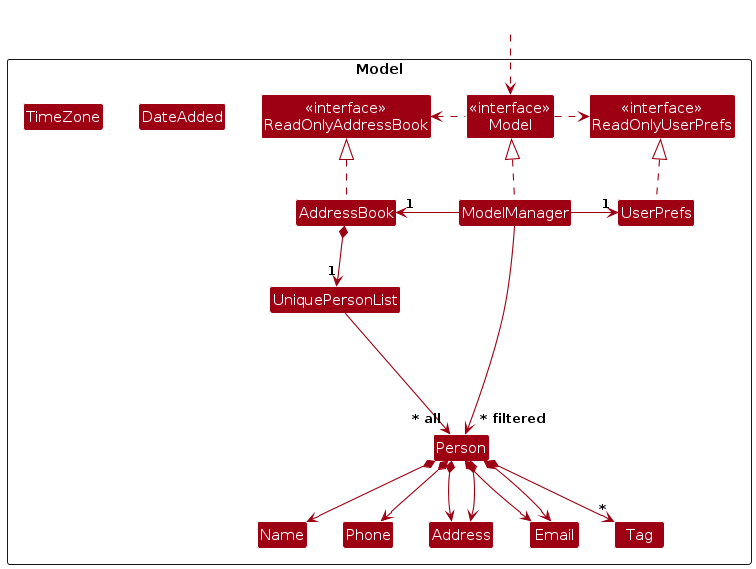
This is diagrams/ModelClassDiagram.png from x3zapper/tp, a PlantUML export, as it was before one commit. Its source is kept beside it as diagrams/ModelClassDiagram.puml. Its diagram source:
```plantuml
@startuml
!include style.puml
skinparam arrowThickness 1.1
skinparam arrowColor MODEL_COLOR
skinparam classBackgroundColor MODEL_COLOR

Package Model as ModelPackage <<Rectangle>>{
Class "<<interface>>\nReadOnlyAddressBook" as ReadOnlyAddressBook
Class "<<interface>>\nReadOnlyUserPrefs" as ReadOnlyUserPrefs
Class "<<interface>>\nModel" as Model
Class AddressBook
Class ModelManager
Class UserPrefs

Class UniquePersonList
Class Person
Class Address
Class Email
Class Name
Class Phone
Class Tag
Class DateAdded
Class TimeZone

Class I #FFFFFF
}

Class HiddenOutside #FFFFFF
HiddenOutside ..> Model

AddressBook .up.|> ReadOnlyAddressBook

ModelManager .up.|> Model
Model .right.> ReadOnlyUserPrefs
Model .left.> ReadOnlyAddressBook
ModelManager -left-> "1" AddressBook
ModelManager -right-> "1" UserPrefs
UserPrefs .up.|> ReadOnlyUserPrefs

AddressBook *--> "1" UniquePersonList
UniquePersonList --> "~* all" Person
Person *--> Name
Person *--> Phone
Person *--> Email
Person *--> Address
Person *--> Email
Person *--> Address
Person *--> "*" Tag

Person -[hidden]up--> I
UniquePersonList -[hidden]right-> I

Name -[hidden]right-> Phone
Phone -[hidden]right-> Address
Address -[hidden]right-> Email

ModelManager --> "~* filtered" Person
@enduml
```
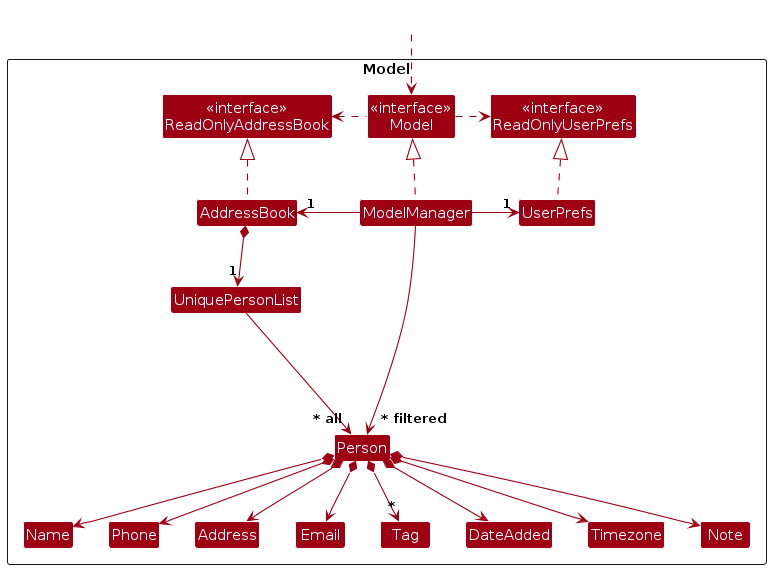
The same diagram one commit later.

The edit, as a diff of the source:
```diff
@@ -3,26 +3,28 @@
 skinparam arrowThickness 1.1
 skinparam arrowColor MODEL_COLOR
 skinparam classBackgroundColor MODEL_COLOR
+skinparam packageStyle rectangle
 
-Package Model as ModelPackage <<Rectangle>>{
-Class "<<interface>>\nReadOnlyAddressBook" as ReadOnlyAddressBook
-Class "<<interface>>\nReadOnlyUserPrefs" as ReadOnlyUserPrefs
-Class "<<interface>>\nModel" as Model
-Class AddressBook
-Class ModelManager
-Class UserPrefs
+Package Model as ModelPackage <<Rectangle>> {
+  Class "<<interface>>\nReadOnlyAddressBook" as ReadOnlyAddressBook
+  Class "<<interface>>\nReadOnlyUserPrefs" as ReadOnlyUserPrefs
+  Class "<<interface>>\nModel" as Model
+  Class AddressBook
+  Class ModelManager
+  Class UserPrefs
 
-Class UniquePersonList
-Class Person
-Class Address
-Class Email
-Class Name
-Class Phone
-Class Tag
-Class DateAdded
-Class TimeZone
+  Class UniquePersonList
+  Class Person
+  Class Address
+  Class Email
+  Class Name
+  Class Phone
+  Class Tag
+  Class DateAdded
+  Class Timezone
+  Class Note
 
-Class I #FFFFFF
+  Class I #FFFFFF
 }
 
 Class HiddenOutside #FFFFFF
@@ -43,9 +45,10 @@
 Person *--> Phone
 Person *--> Email
 Person *--> Address
-Person *--> Email
-Person *--> Address
 Person *--> "*" Tag
+Person *--> Timezone
+Person *--> DateAdded
+Person *--> Note
 
 Person -[hidden]up--> I
 UniquePersonList -[hidden]right-> I
```
